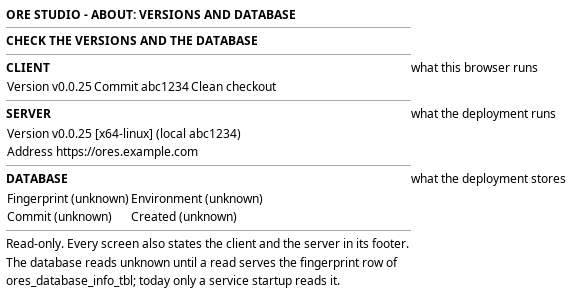
Above: doc/knowledge/journeys/operations/wireframe_check_the_versions_and_the_database.png in OreStudio/OreStudio (PlantUML), before the change. Its source is kept beside it as doc/knowledge/journeys/operations/wireframe_check_the_versions_and_the_database.puml. Source of this version:
```plantuml
@startuml

salt
{
  <b>ORE STUDIO - ABOUT: VERSIONS AND DATABASE</b>
  --
  <b>CHECK THE VERSIONS AND THE DATABASE</b>
  --
  <b>CLIENT</b> | what this browser runs
  {
    Version v0.0.25 | Commit abc1234 | Clean checkout
  }
  --
  <b>SERVER</b> | what the deployment runs
  {
    Version v0.0.25 [x64-linux] (local abc1234)
    Address https://ores.example.com
  }
  --
  <b>DATABASE</b> | what the deployment stores
  {
    Fingerprint (unknown) | Environment (unknown)
    Commit (unknown) | Created (unknown)
  }
  --
  Read-only. Every screen also states the client and the server in its footer.
  The database reads unknown until a read serves the fingerprint row of
  ores_database_info_tbl; today only a service startup reads it.
}

@enduml
```
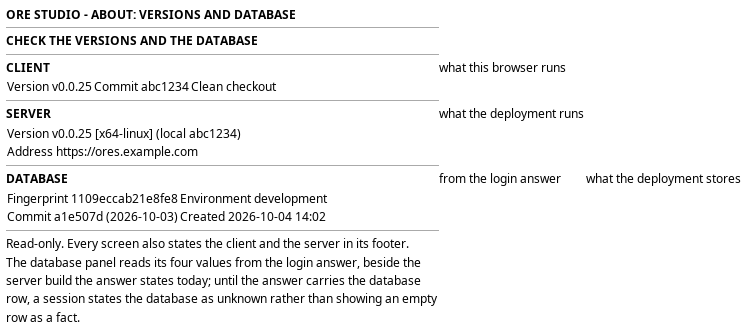
Later version of the same file.

What changed in the source:
```diff
@@ -17,15 +17,17 @@
     Address https://ores.example.com
   }
   --
-  <b>DATABASE</b> | what the deployment stores
+  <b>DATABASE</b> | from the login answer | what the deployment stores
   {
-    Fingerprint (unknown) | Environment (unknown)
-    Commit (unknown) | Created (unknown)
+    Fingerprint 1109eccab21e8fe8 | Environment development
+    Commit a1e507d (2026-10-03) | Created 2026-10-04 14:02
   }
   --
   Read-only. Every screen also states the client and the server in its footer.
-  The database reads unknown until a read serves the fingerprint row of
-  ores_database_info_tbl; today only a service startup reads it.
+  The database panel reads its four values from the login answer, beside the
+  server build the answer states today; until the answer carries the database
+  row, a session states the database as unknown rather than showing an empty
+  row as a fact.
 }
 
 @enduml
```
